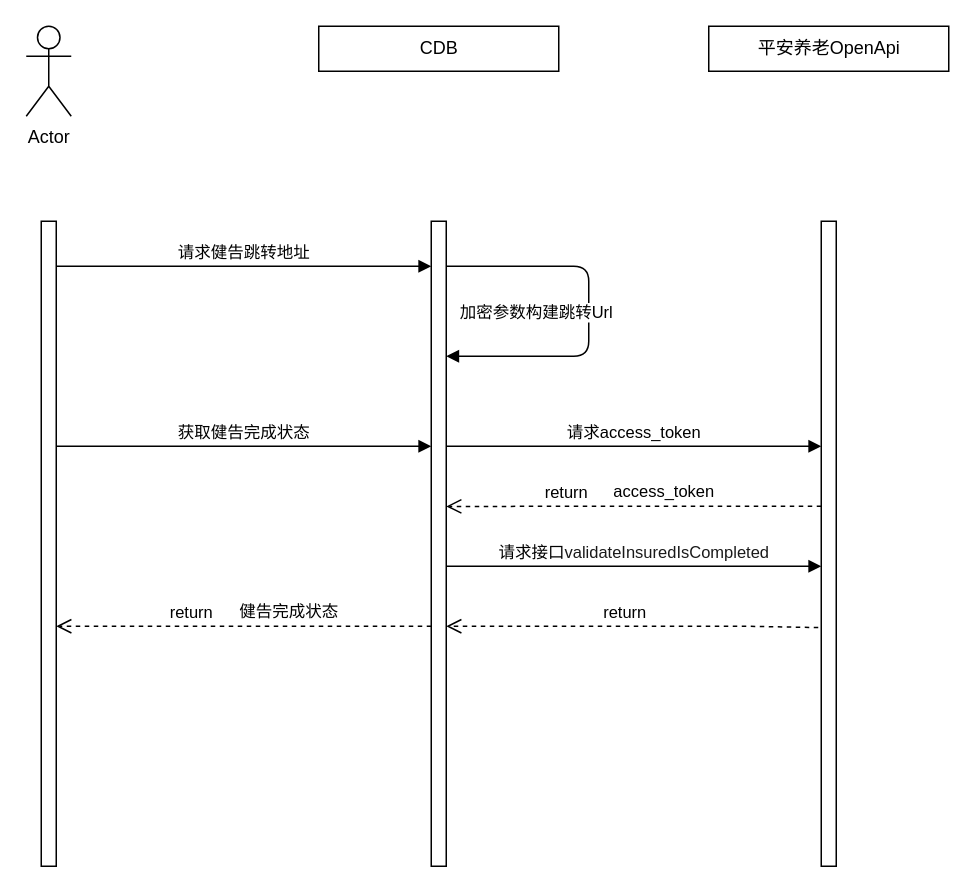
GiterZhang/NRulesDemo keeps this draw.io diagram as Untitled Diagram.drawio. Above is the earlier version. Source tidied: cells renumbered, new cells numbered last; positions are measured from the earlier drawing's top-left corner, leaving out a move shared by most shapes. Both pictures are drawn from the tidied source at 150%, with x=0, y=0 at pixel (26, 26).
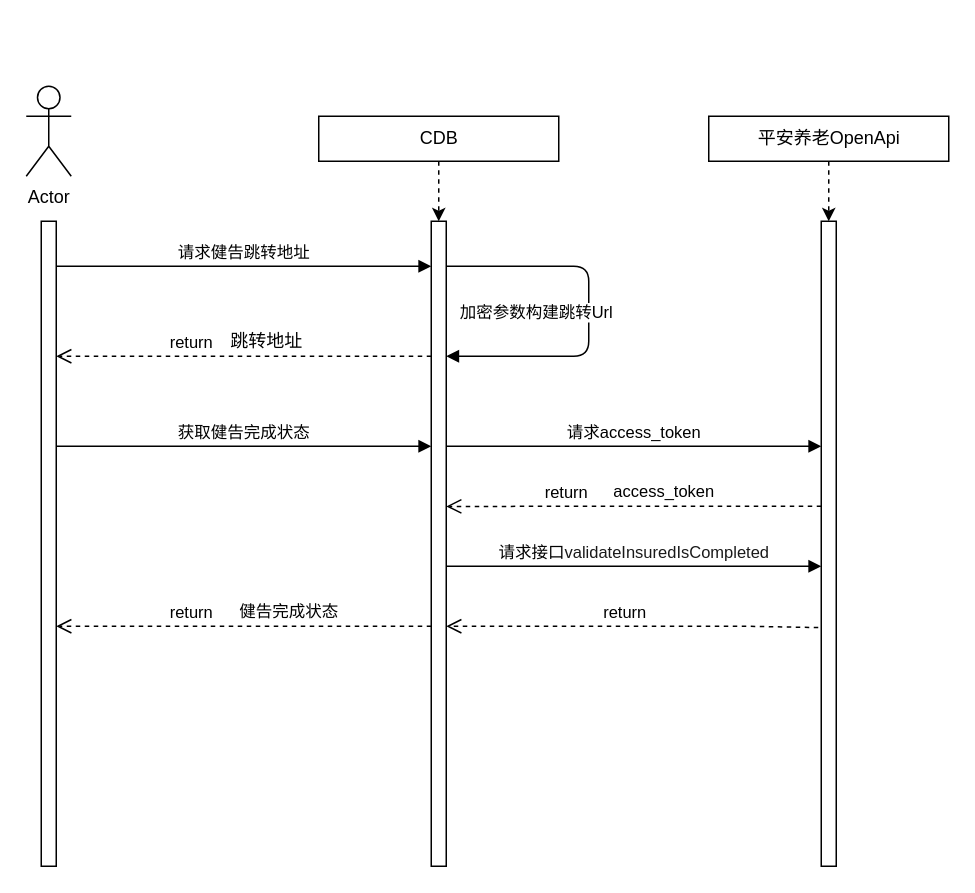
The same diagram, later.

Unchanged cells that the change refers to:
```xml
<mxCell id="6" style="html=1;points=[];perimeter=orthogonalPerimeter;" parent="1" vertex="1">
  <mxGeometry x="270" y="130" width="10" height="430" as="geometry" />
</mxCell>
<mxCell id="8" style="html=1;points=[];perimeter=orthogonalPerimeter;" parent="1" vertex="1">
  <mxGeometry x="530" y="130" width="10" height="430" as="geometry" />
</mxCell>
```

Change to the diagram source:
```diff
@@
     <mxCell id="2" value="Actor" style="shape=umlActor;verticalLabelPosition=bottom;verticalAlign=top;html=1;" parent="1" vertex="1">
-      <mxGeometry width="30" height="60" as="geometry" />
+      <mxGeometry y="40" width="30" height="60" as="geometry" />
     </mxCell>
+    <mxCell id="18" style="edgeStyle=orthogonalEdgeStyle;jettySize=auto;html=1;dashed=1;rounded=1;startArrow=none;startFill=0;" parent="1" edge="1" source="3" target="6">
+      <mxGeometry relative="1" as="geometry" />
+    </mxCell>
     <mxCell id="3" value="CDB" style="html=1;" parent="1" vertex="1">
-      <mxGeometry x="195" width="160" height="30" as="geometry" />
+      <mxGeometry x="195" y="60" width="160" height="30" as="geometry" />
     </mxCell>
@@
+    <mxCell id="19" style="edgeStyle=orthogonalEdgeStyle;rounded=1;jettySize=auto;html=1;dashed=1;startArrow=none;startFill=0;strokeColor=#000000;" parent="1" edge="1" source="5" target="8">
+      <mxGeometry relative="1" as="geometry" />
+    </mxCell>
     <mxCell id="5" value="平安养老OpenApi" style="html=1;" parent="1" vertex="1">
-      <mxGeometry x="455" width="160" height="30" as="geometry" />
+      <mxGeometry x="455" y="60" width="160" height="30" as="geometry" />
     </mxCell>
@@
+    <mxCell id="20" value="return" style="html=1;verticalAlign=bottom;endArrow=open;dashed=1;endSize=8;shadow=0;fontSize=11;exitX=0;exitY=0.721;exitDx=0;exitDy=0;exitPerimeter=0;" parent="1" edge="1">
+      <mxGeometry x="0.28" relative="1" as="geometry">
+        <mxPoint x="270" y="220" as="sourcePoint" />
+        <mxPoint x="20" y="220" as="targetPoint" />
+      </mxGeometry>
+    </mxCell>
+    <mxCell id="21" value="跳转地址" style="text;html=1;align=center;verticalAlign=middle;strokeColor=none;" parent="1" vertex="1">
+      <mxGeometry x="130" y="200" width="60" height="20" as="geometry" />
+    </mxCell>
```
